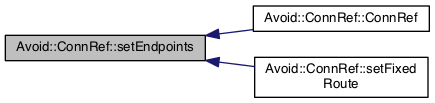
The Graphviz diagram documentation/classAvoid_1_1ConnRef_ae66e8c90dc191951fc0f64acc4c06d7c_icgraph.png in mjwybrow/adaptagrams, before a commit. Its source is kept beside it as documentation/classAvoid_1_1ConnRef_ae66e8c90dc191951fc0f64acc4c06d7c_icgraph.dot. Its diagram source:
```dot
digraph "Avoid::ConnRef::setEndpoints"
{
  edge [fontname="Helvetica",fontsize="10",labelfontname="Helvetica",labelfontsize="10"];
  node [fontname="Helvetica",fontsize="10",shape=record];
  rankdir="LR";
  Node1 [label="Avoid::ConnRef::setEndpoints",height=0.2,width=0.4,color="black", fillcolor="grey75", style="filled", fontcolor="black"];
  Node1 -> Node2 [dir="back",color="midnightblue",fontsize="10",style="solid",fontname="Helvetica"];
  Node2 [label="Avoid::ConnRef::ConnRef",height=0.2,width=0.4,color="black", fillcolor="white", style="filled",URL="$classAvoid_1_1ConnRef.html#aa469b1767d12e1fa4971004225a0abcd",tooltip="Constructs a connector with endpoints specified. "];
  Node1 -> Node3 [dir="back",color="midnightblue",fontsize="10",style="solid",fontname="Helvetica"];
  Node3 [label="Avoid::ConnRef::setFixed\lRoute",height=0.2,width=0.4,color="black", fillcolor="white", style="filled",URL="$classAvoid_1_1ConnRef.html#a392eeffe4cdd76267b0d1bb654562382",tooltip="Sets a fixed user-specified route for this connector. "];
}
```
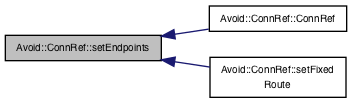
After the change.

What changed in the source:
```diff
@@ -3,9 +3,9 @@
   edge [fontname="Helvetica",fontsize="10",labelfontname="Helvetica",labelfontsize="10"];
   node [fontname="Helvetica",fontsize="10",shape=record];
   rankdir="LR";
-  Node1 [label="Avoid::ConnRef::setEndpoints",height=0.2,width=0.4,color="black", fillcolor="grey75", style="filled", fontcolor="black"];
-  Node1 -> Node2 [dir="back",color="midnightblue",fontsize="10",style="solid",fontname="Helvetica"];
-  Node2 [label="Avoid::ConnRef::ConnRef",height=0.2,width=0.4,color="black", fillcolor="white", style="filled",URL="$classAvoid_1_1ConnRef.html#aa469b1767d12e1fa4971004225a0abcd",tooltip="Constructs a connector with endpoints specified. "];
-  Node1 -> Node3 [dir="back",color="midnightblue",fontsize="10",style="solid",fontname="Helvetica"];
-  Node3 [label="Avoid::ConnRef::setFixed\lRoute",height=0.2,width=0.4,color="black", fillcolor="white", style="filled",URL="$classAvoid_1_1ConnRef.html#a392eeffe4cdd76267b0d1bb654562382",tooltip="Sets a fixed user-specified route for this connector. "];
+  Node78 [label="Avoid::ConnRef::setEndpoints",height=0.2,width=0.4,color="black", fillcolor="grey75", style="filled", fontcolor="black"];
+  Node78 -> Node79 [dir="back",color="midnightblue",fontsize="10",style="solid",fontname="Helvetica"];
+  Node79 [label="Avoid::ConnRef::ConnRef",height=0.2,width=0.4,color="black", fillcolor="white", style="filled",URL="$classAvoid_1_1ConnRef.html#aa469b1767d12e1fa4971004225a0abcd",tooltip="Constructs a connector with endpoints specified. "];
+  Node78 -> Node80 [dir="back",color="midnightblue",fontsize="10",style="solid",fontname="Helvetica"];
+  Node80 [label="Avoid::ConnRef::setFixed\lRoute",height=0.2,width=0.4,color="black", fillcolor="white", style="filled",URL="$classAvoid_1_1ConnRef.html#a392eeffe4cdd76267b0d1bb654562382",tooltip="Sets a fixed user-specified route for this connector. "];
 }
```
